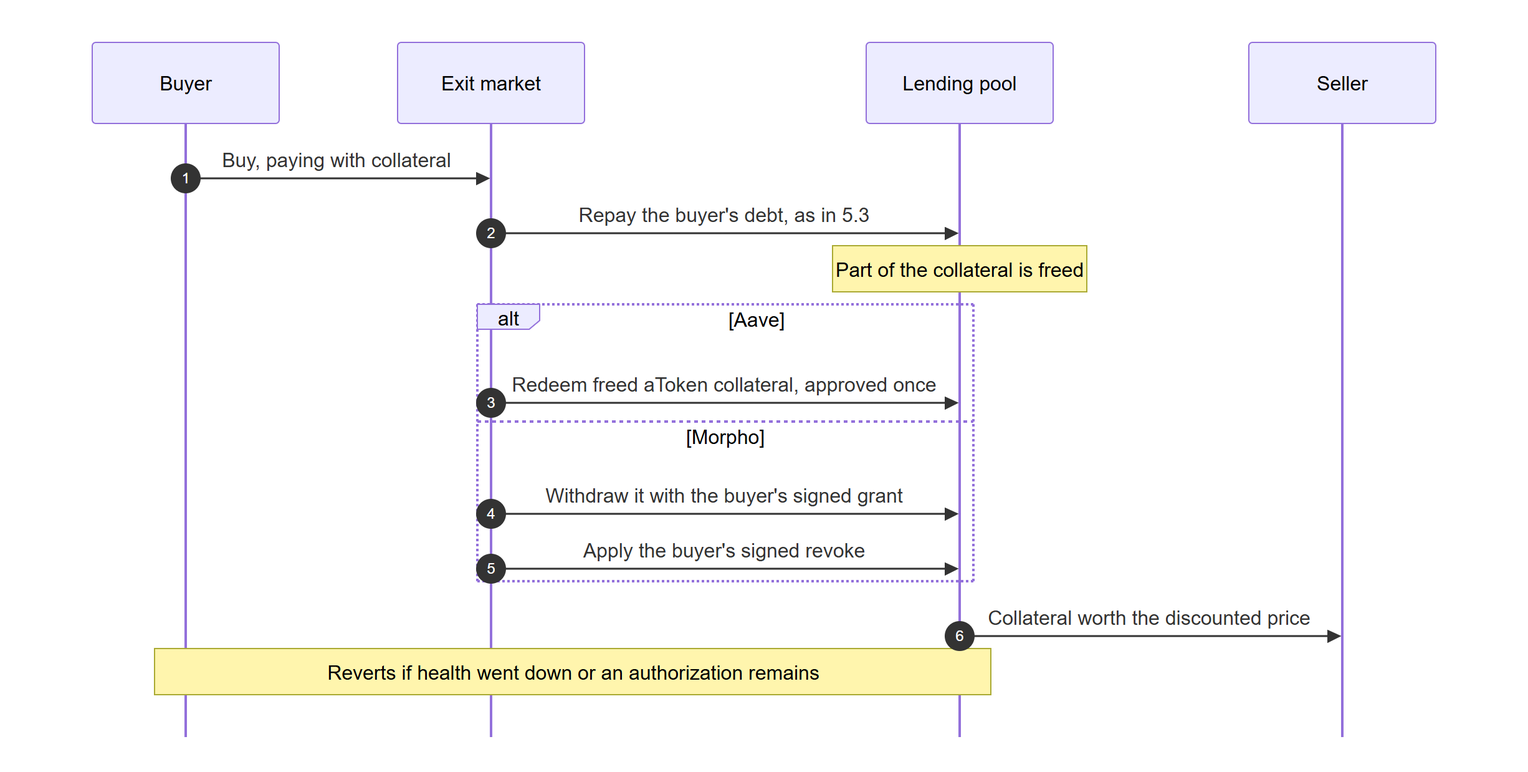
Earlier version of the Mermaid export docs/images/flash-mode.png (0xanhbuilder/exeunt). Its source is kept beside it as docs/diagrams/flash-mode.mmd.
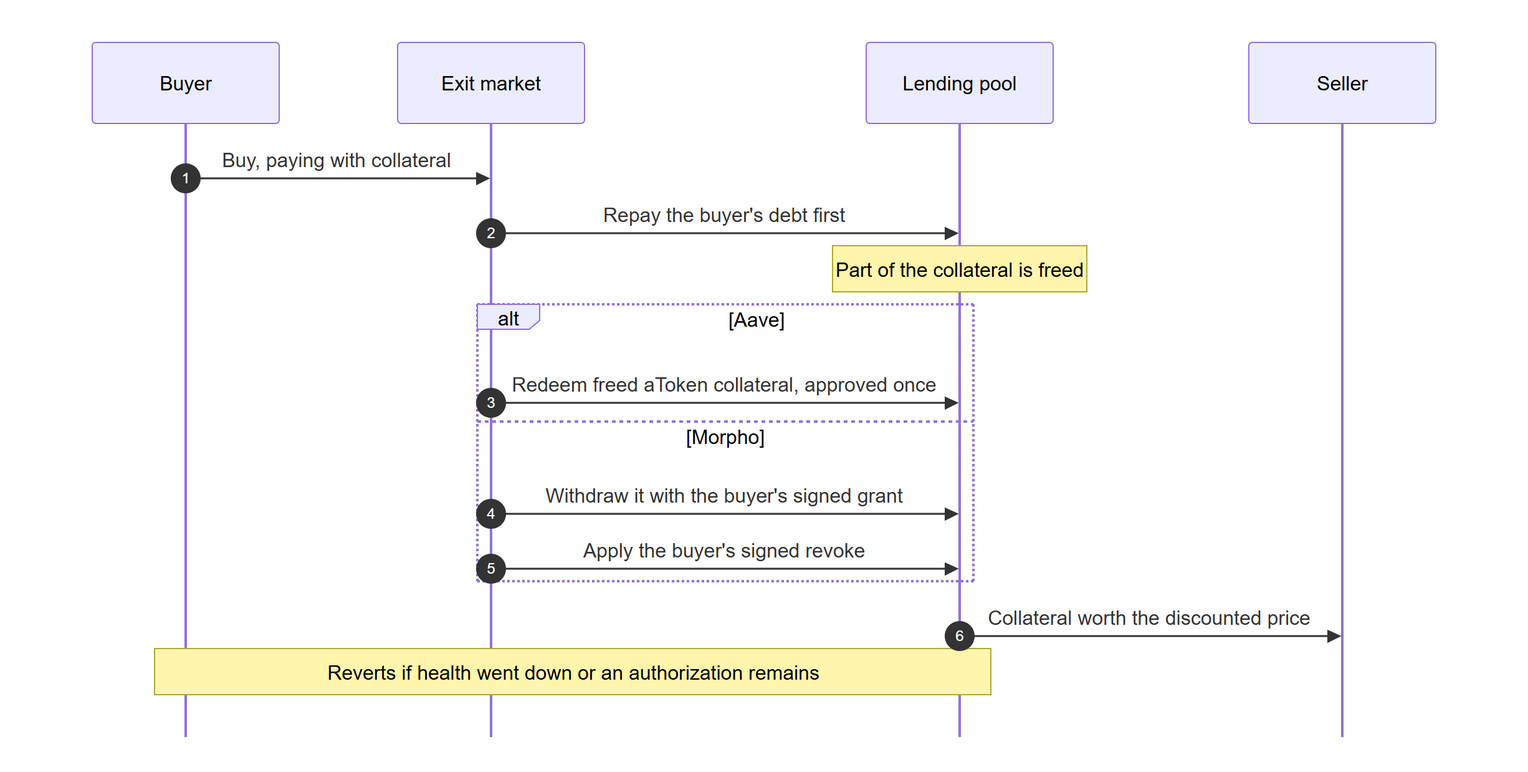
Later version of the same file.

Diff of the diagram source:
```diff
@@ -5,7 +5,7 @@
     participant P as Lending pool
     participant S as Seller
     B->>M: Buy, paying with collateral
-    M->>P: Repay the buyer's debt, as in 5.3
+    M->>P: Repay the buyer's debt first
     Note over P: Part of the collateral is freed
     alt Aave
         M->>P: Redeem freed aToken collateral, approved once
```
